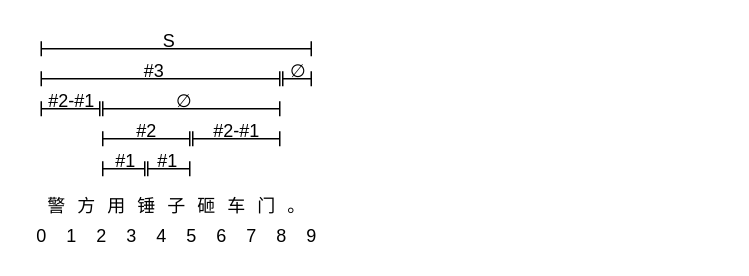
The draw.io diagram page "第 1 页" (1 of 2) of Untitled Diagram.drawio in ishine/Char2Prosody, before the edit. Source tidied: cells renumbered, new cells numbered last; positions are measured from the earlier drawing's top-left corner, leaving out a move shared by most shapes. Both pictures are drawn from the tidied source at 150%, with x=0, y=0 at pixel (26, 26).
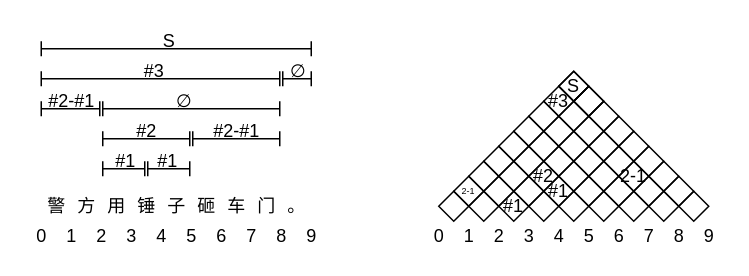
The same page after the edit.

Change to the diagram source:
```diff
@@
+    <mxCell id="39" style="strokeWidth=1;html=1;shape=mxgraph.flowchart.decision;whiteSpace=wrap;fillColor=none;" parent="1" vertex="1">
+      <mxGeometry x="355" y="30" width="20" height="20" as="geometry" />
+    </mxCell>
+    <mxCell id="40" style="strokeWidth=1;html=1;shape=mxgraph.flowchart.decision;whiteSpace=wrap;fillColor=none;" parent="1" vertex="1">
+      <mxGeometry x="365" y="40" width="20" height="20" as="geometry" />
+    </mxCell>
+    <mxCell id="41" style="strokeWidth=1;html=1;shape=mxgraph.flowchart.decision;whiteSpace=wrap;fillColor=none;" parent="1" vertex="1">
+      <mxGeometry x="375" y="50" width="20" height="20" as="geometry" />
+    </mxCell>
+    <mxCell id="42" style="strokeWidth=1;html=1;shape=mxgraph.flowchart.decision;whiteSpace=wrap;fillColor=none;" parent="1" vertex="1">
+      <mxGeometry x="385" y="60" width="20" height="20" as="geometry" />
+    </mxCell>
+    <mxCell id="43" style="strokeWidth=1;html=1;shape=mxgraph.flowchart.decision;whiteSpace=wrap;fillColor=none;" parent="1" vertex="1">
+      <mxGeometry x="395" y="70" width="20" height="20" as="geometry" />
+    </mxCell>
+    <mxCell id="44" style="strokeWidth=1;html=1;shape=mxgraph.flowchart.decision;whiteSpace=wrap;fillColor=none;" parent="1" vertex="1">
+      <mxGeometry x="405" y="80" width="20" height="20" as="geometry" />
+    </mxCell>
+    <mxCell id="45" style="strokeWidth=1;html=1;shape=mxgraph.flowchart.decision;whiteSpace=wrap;fillColor=none;" parent="1" vertex="1">
+      <mxGeometry x="415" y="90" width="20" height="20" as="geometry" />
+    </mxCell>
+    <mxCell id="46" style="strokeWidth=1;html=1;shape=mxgraph.flowchart.decision;whiteSpace=wrap;fillColor=none;" parent="1" vertex="1">
+      <mxGeometry x="425" y="100" width="20" height="20" as="geometry" />
+    </mxCell>
+    <mxCell id="47" style="strokeWidth=1;html=1;shape=mxgraph.flowchart.decision;whiteSpace=wrap;fillColor=none;" parent="1" vertex="1">
+      <mxGeometry x="435" y="110" width="20" height="20" as="geometry" />
+    </mxCell>
+    <mxCell id="48" value="S" style="strokeWidth=1;html=1;shape=mxgraph.flowchart.decision;whiteSpace=wrap;fillColor=none;" parent="1" vertex="1">
+      <mxGeometry x="355" y="30" width="20" height="20" as="geometry" />
+    </mxCell>
+    <mxCell id="49" style="strokeWidth=1;html=1;shape=mxgraph.flowchart.decision;whiteSpace=wrap;fillColor=none;" parent="1" vertex="1">
+      <mxGeometry x="365" y="40" width="20" height="20" as="geometry" />
+    </mxCell>
+    <mxCell id="50" style="strokeWidth=1;html=1;shape=mxgraph.flowchart.decision;whiteSpace=wrap;fillColor=none;" parent="1" vertex="1">
+      <mxGeometry x="365" y="60" width="20" height="20" as="geometry" />
+    </mxCell>
+    <mxCell id="51" style="strokeWidth=1;html=1;shape=mxgraph.flowchart.decision;whiteSpace=wrap;fillColor=none;" parent="1" vertex="1">
+      <mxGeometry x="375" y="70" width="20" height="20" as="geometry" />
+    </mxCell>
+    <mxCell id="52" style="strokeWidth=1;html=1;shape=mxgraph.flowchart.decision;whiteSpace=wrap;fillColor=none;" parent="1" vertex="1">
+      <mxGeometry x="385" y="80" width="20" height="20" as="geometry" />
+    </mxCell>
+    <mxCell id="53" value="2-1" style="strokeWidth=1;html=1;shape=mxgraph.flowchart.decision;whiteSpace=wrap;fillColor=none;" parent="1" vertex="1">
+      <mxGeometry x="395" y="90" width="20" height="20" as="geometry" />
+    </mxCell>
+    <mxCell id="54" style="strokeWidth=1;html=1;shape=mxgraph.flowchart.decision;whiteSpace=wrap;fillColor=none;" parent="1" vertex="1">
+      <mxGeometry x="405" y="100" width="20" height="20" as="geometry" />
+    </mxCell>
+    <mxCell id="55" style="strokeWidth=1;html=1;shape=mxgraph.flowchart.decision;whiteSpace=wrap;fillColor=none;" parent="1" vertex="1">
+      <mxGeometry x="415" y="110" width="20" height="20" as="geometry" />
+    </mxCell>
+    <mxCell id="56" value="#3" style="strokeWidth=1;html=1;shape=mxgraph.flowchart.decision;whiteSpace=wrap;fillColor=none;" parent="1" vertex="1">
+      <mxGeometry x="345" y="40" width="20" height="20" as="geometry" />
+    </mxCell>
+    <mxCell id="57" style="strokeWidth=1;html=1;shape=mxgraph.flowchart.decision;whiteSpace=wrap;fillColor=none;" parent="1" vertex="1">
+      <mxGeometry x="355" y="50" width="20" height="20" as="geometry" />
+    </mxCell>
+    <mxCell id="58" style="strokeWidth=1;html=1;shape=mxgraph.flowchart.decision;whiteSpace=wrap;fillColor=none;" parent="1" vertex="1">
+      <mxGeometry x="355" y="70" width="20" height="20" as="geometry" />
+    </mxCell>
+    <mxCell id="59" style="strokeWidth=1;html=1;shape=mxgraph.flowchart.decision;whiteSpace=wrap;fillColor=none;" parent="1" vertex="1">
+      <mxGeometry x="365" y="80" width="20" height="20" as="geometry" />
+    </mxCell>
+    <mxCell id="60" style="strokeWidth=1;html=1;shape=mxgraph.flowchart.decision;whiteSpace=wrap;fillColor=none;" parent="1" vertex="1">
+      <mxGeometry x="375" y="90" width="20" height="20" as="geometry" />
+    </mxCell>
+    <mxCell id="61" style="strokeWidth=1;html=1;shape=mxgraph.flowchart.decision;whiteSpace=wrap;fillColor=none;" parent="1" vertex="1">
+      <mxGeometry x="385" y="100" width="20" height="20" as="geometry" />
+    </mxCell>
+    <mxCell id="62" style="strokeWidth=1;html=1;shape=mxgraph.flowchart.decision;whiteSpace=wrap;fillColor=none;" parent="1" vertex="1">
+      <mxGeometry x="395" y="110" width="20" height="20" as="geometry" />
+    </mxCell>
+    <mxCell id="63" style="strokeWidth=1;html=1;shape=mxgraph.flowchart.decision;whiteSpace=wrap;fillColor=none;" parent="1" vertex="1">
+      <mxGeometry x="335" y="50" width="20" height="20" as="geometry" />
+    </mxCell>
+    <mxCell id="64" style="strokeWidth=1;html=1;shape=mxgraph.flowchart.decision;whiteSpace=wrap;fillColor=none;" parent="1" vertex="1">
+      <mxGeometry x="345" y="60" width="20" height="20" as="geometry" />
+    </mxCell>
+    <mxCell id="65" style="strokeWidth=1;html=1;shape=mxgraph.flowchart.decision;whiteSpace=wrap;fillColor=none;" parent="1" vertex="1">
+      <mxGeometry x="345" y="80" width="20" height="20" as="geometry" />
+    </mxCell>
+    <mxCell id="66" style="strokeWidth=1;html=1;shape=mxgraph.flowchart.decision;whiteSpace=wrap;fillColor=none;" parent="1" vertex="1">
+      <mxGeometry x="355" y="90" width="20" height="20" as="geometry" />
+    </mxCell>
+    <mxCell id="67" style="strokeWidth=1;html=1;shape=mxgraph.flowchart.decision;whiteSpace=wrap;fillColor=none;" parent="1" vertex="1">
+      <mxGeometry x="365" y="100" width="20" height="20" as="geometry" />
+    </mxCell>
+    <mxCell id="68" style="strokeWidth=1;html=1;shape=mxgraph.flowchart.decision;whiteSpace=wrap;fillColor=none;" parent="1" vertex="1">
+      <mxGeometry x="375" y="110" width="20" height="20" as="geometry" />
+    </mxCell>
+    <mxCell id="69" style="strokeWidth=1;html=1;shape=mxgraph.flowchart.decision;whiteSpace=wrap;fillColor=none;" parent="1" vertex="1">
+      <mxGeometry x="325" y="60" width="20" height="20" as="geometry" />
+    </mxCell>
+    <mxCell id="70" style="strokeWidth=1;html=1;shape=mxgraph.flowchart.decision;whiteSpace=wrap;fillColor=none;" parent="1" vertex="1">
+      <mxGeometry x="335" y="70" width="20" height="20" as="geometry" />
+    </mxCell>
+    <mxCell id="71" style="strokeWidth=1;html=1;shape=mxgraph.flowchart.decision;whiteSpace=wrap;fillColor=none;" parent="1" vertex="1">
+      <mxGeometry x="315" y="70" width="20" height="20" as="geometry" />
+    </mxCell>
+    <mxCell id="72" style="strokeWidth=1;html=1;shape=mxgraph.flowchart.decision;whiteSpace=wrap;fillColor=none;" parent="1" vertex="1">
+      <mxGeometry x="325" y="80" width="20" height="20" as="geometry" />
+    </mxCell>
+    <mxCell id="73" value="#2" style="strokeWidth=1;html=1;shape=mxgraph.flowchart.decision;whiteSpace=wrap;fillColor=none;" parent="1" vertex="1">
+      <mxGeometry x="335" y="90" width="20" height="20" as="geometry" />
+    </mxCell>
+    <mxCell id="74" value="#1" style="strokeWidth=1;html=1;shape=mxgraph.flowchart.decision;whiteSpace=wrap;fillColor=none;" parent="1" vertex="1">
+      <mxGeometry x="345" y="100" width="20" height="20" as="geometry" />
+    </mxCell>
+    <mxCell id="75" style="strokeWidth=1;html=1;shape=mxgraph.flowchart.decision;whiteSpace=wrap;fillColor=none;" parent="1" vertex="1">
+      <mxGeometry x="355" y="110" width="20" height="20" as="geometry" />
+    </mxCell>
+    <mxCell id="76" style="strokeWidth=1;html=1;shape=mxgraph.flowchart.decision;whiteSpace=wrap;fillColor=none;" parent="1" vertex="1">
+      <mxGeometry x="305" y="80" width="20" height="20" as="geometry" />
+    </mxCell>
+    <mxCell id="77" style="strokeWidth=1;html=1;shape=mxgraph.flowchart.decision;whiteSpace=wrap;fillColor=none;" parent="1" vertex="1">
+      <mxGeometry x="315" y="90" width="20" height="20" as="geometry" />
+    </mxCell>
+    <mxCell id="78" style="strokeWidth=1;html=1;shape=mxgraph.flowchart.decision;whiteSpace=wrap;fillColor=none;" parent="1" vertex="1">
+      <mxGeometry x="325" y="100" width="20" height="20" as="geometry" />
+    </mxCell>
+    <mxCell id="79" style="strokeWidth=1;html=1;shape=mxgraph.flowchart.decision;whiteSpace=wrap;fillColor=none;" parent="1" vertex="1">
+      <mxGeometry x="335" y="110" width="20" height="20" as="geometry" />
+    </mxCell>
+    <mxCell id="80" style="strokeWidth=1;html=1;shape=mxgraph.flowchart.decision;whiteSpace=wrap;fillColor=none;" parent="1" vertex="1">
+      <mxGeometry x="295" y="90" width="20" height="20" as="geometry" />
+    </mxCell>
+    <mxCell id="81" style="strokeWidth=1;html=1;shape=mxgraph.flowchart.decision;whiteSpace=wrap;fillColor=none;" parent="1" vertex="1">
+      <mxGeometry x="305" y="100" width="20" height="20" as="geometry" />
+    </mxCell>
+    <mxCell id="82" value="#1" style="strokeWidth=1;html=1;shape=mxgraph.flowchart.decision;whiteSpace=wrap;fillColor=none;" parent="1" vertex="1">
+      <mxGeometry x="315" y="110" width="20" height="20" as="geometry" />
+    </mxCell>
+    <mxCell id="83" value="&lt;font style=&quot;font-size: 6px&quot;&gt;2-1&lt;/font&gt;" style="strokeWidth=1;html=1;shape=mxgraph.flowchart.decision;whiteSpace=wrap;fillColor=none;fontSize=6;" parent="1" vertex="1">
+      <mxGeometry x="285" y="100" width="20" height="20" as="geometry" />
+    </mxCell>
+    <mxCell id="84" style="strokeWidth=1;html=1;shape=mxgraph.flowchart.decision;whiteSpace=wrap;fillColor=none;" parent="1" vertex="1">
+      <mxGeometry x="295" y="110" width="20" height="20" as="geometry" />
+    </mxCell>
+    <mxCell id="85" style="strokeWidth=1;html=1;shape=mxgraph.flowchart.decision;whiteSpace=wrap;fillColor=none;" parent="1" vertex="1">
+      <mxGeometry x="275" y="110" width="20" height="20" as="geometry" />
+    </mxCell>
+    <mxCell id="86" value="0" style="text;html=1;align=center;verticalAlign=middle;fillColor=none;strokeColor=none;rounded=0;" parent="1" vertex="1">
+      <mxGeometry x="265" y="130" width="20" height="20" as="geometry" />
+    </mxCell>
+    <mxCell id="87" value="1" style="text;html=1;align=center;verticalAlign=middle;fillColor=none;strokeColor=none;rounded=0;" parent="1" vertex="1">
+      <mxGeometry x="285" y="130" width="20" height="20" as="geometry" />
+    </mxCell>
+    <mxCell id="88" value="2" style="text;html=1;align=center;verticalAlign=middle;fillColor=none;strokeColor=none;rounded=0;" parent="1" vertex="1">
+      <mxGeometry x="305" y="130" width="20" height="20" as="geometry" />
+    </mxCell>
+    <mxCell id="89" value="3" style="text;html=1;align=center;verticalAlign=middle;fillColor=none;strokeColor=none;rounded=0;" parent="1" vertex="1">
+      <mxGeometry x="325" y="130" width="20" height="20" as="geometry" />
+    </mxCell>
+    <mxCell id="90" value="4" style="text;html=1;align=center;verticalAlign=middle;fillColor=none;strokeColor=none;rounded=0;" parent="1" vertex="1">
+      <mxGeometry x="345" y="130" width="20" height="20" as="geometry" />
+    </mxCell>
+    <mxCell id="91" value="5" style="text;html=1;align=center;verticalAlign=middle;fillColor=none;strokeColor=none;rounded=0;" parent="1" vertex="1">
+      <mxGeometry x="365" y="130" width="20" height="20" as="geometry" />
+    </mxCell>
+    <mxCell id="92" value="6" style="text;html=1;align=center;verticalAlign=middle;fillColor=none;strokeColor=none;rounded=0;" parent="1" vertex="1">
+      <mxGeometry x="385" y="130" width="20" height="20" as="geometry" />
+    </mxCell>
+    <mxCell id="93" value="7" style="text;html=1;align=center;verticalAlign=middle;fillColor=none;strokeColor=none;rounded=0;" parent="1" vertex="1">
+      <mxGeometry x="405" y="130" width="20" height="20" as="geometry" />
+    </mxCell>
+    <mxCell id="94" value="8" style="text;html=1;align=center;verticalAlign=middle;fillColor=none;strokeColor=none;rounded=0;" parent="1" vertex="1">
+      <mxGeometry x="425" y="130" width="20" height="20" as="geometry" />
+    </mxCell>
+    <mxCell id="95" value="9" style="text;html=1;align=center;verticalAlign=middle;fillColor=none;strokeColor=none;rounded=0;" parent="1" vertex="1">
+      <mxGeometry x="445" y="130" width="20" height="20" as="geometry" />
+    </mxCell>
```
